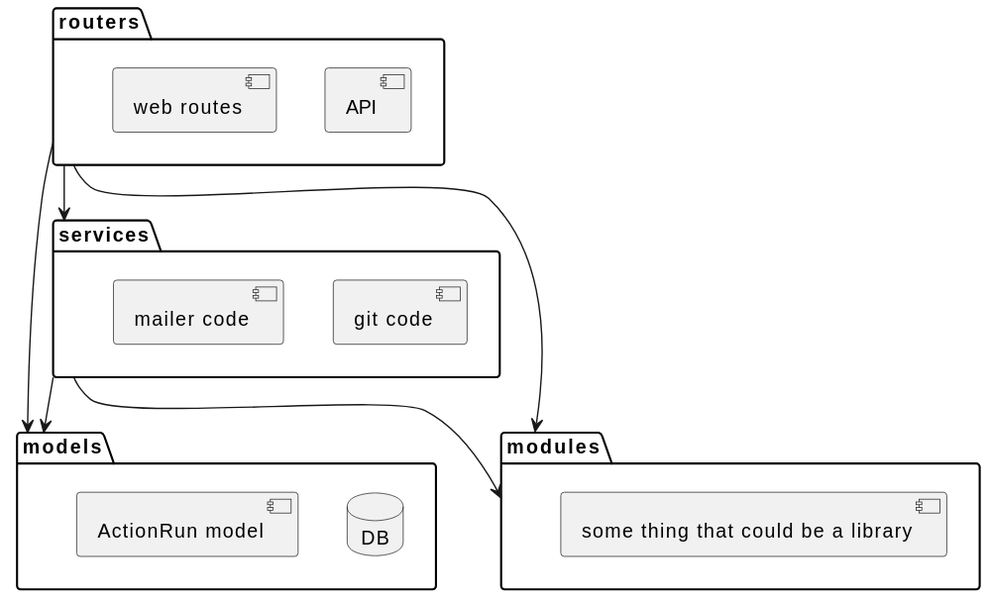
christopher-besch/presentations keeps this PlantUML diagram as 2025_11_21_ibm_forgejo/architecture.svg. Above is the earlier version.
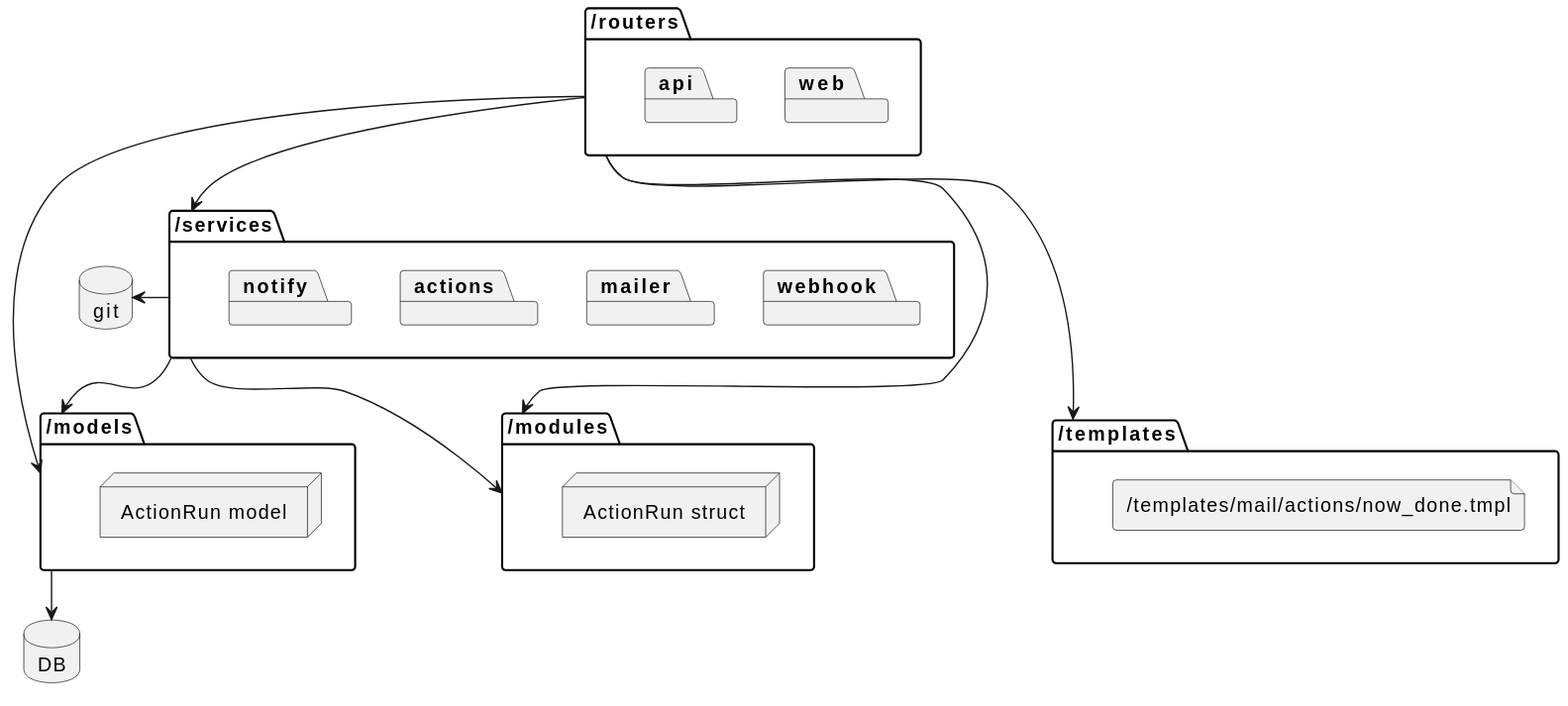
Later version of the same file.

Commit message:
feat: forgejo better layered architecture

Diff of the diagram source:
```diff
@@ -1,31 +1,46 @@
 @startuml
-folder "models" {
-    database "DB"
-    [ActionRun model]
+
+folder "/routers" {
+    package web
+    package api
 }
 
-folder "modules" {
-    [some thing that could be a library]
+folder "/services" {
+    package notify
+    package actions
+    package mailer
+    package webhook
+
+    [notify] -right[hidden]-> [actions]
+    [actions] -right[hidden]-> [mailer]
+    [mailer] -right[hidden]-> [webhook]
 }
+database "git"
 
-folder "services" {
-    [git code]
-    [mailer code]
+folder "/models" {
+    node "ActionRun model"
+}
+database "DB"
+
+folder "/modules" {
+    node "ActionRun struct"
 }
 
 
-folder "routers" {
-    [API]
-    [web routes]
+folder "/templates" {
+    file "/templates/mail/actions/now_done.tmpl"
 }
 
 
+[/routers] -down-> [/services]
+[/routers] -down-> [/modules]
+[/routers] -down-> [/models]
+[/routers] -down-> [/templates]
 
-[services] -down-> [models]
-[services] -down-> [modules]
+[/services] -down-> [/models]
+[/services] -down-> [/modules]
+[/services] -down[hidden]-> [/templates]
+[/services] -left-> [git]
 
-[routers] -down-> [services]
-[routers] -down-> [modules]
-[routers] -down-> [models]
-
+[/models] -down-> [DB]
 @enduml
```
